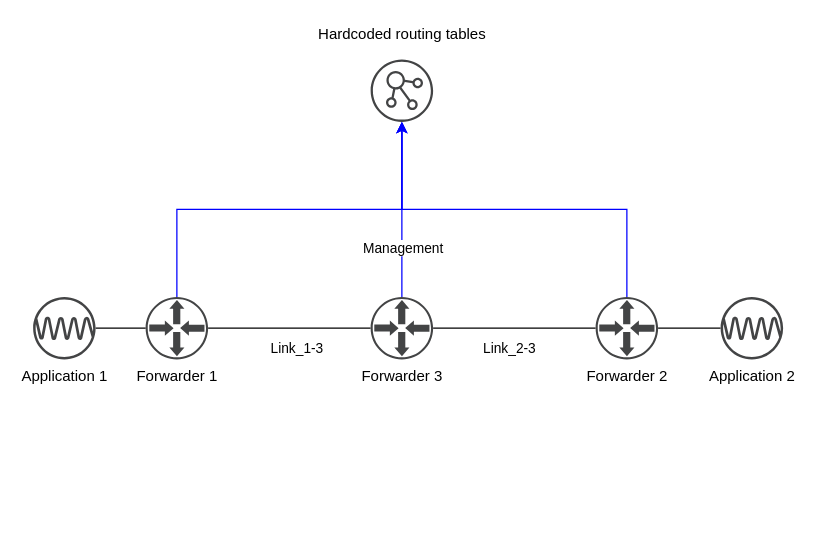
Above: Topology.drawio in cianmawhinney/CSU33031-Assignment-2 (draw.io), before the change. Source tidied: cells renumbered, new cells numbered last; positions are measured from the earlier drawing's top-left corner, leaving out a move shared by most shapes. Both pictures are drawn from the tidied source at 125%, with x=0, y=0 at pixel (32, 21).
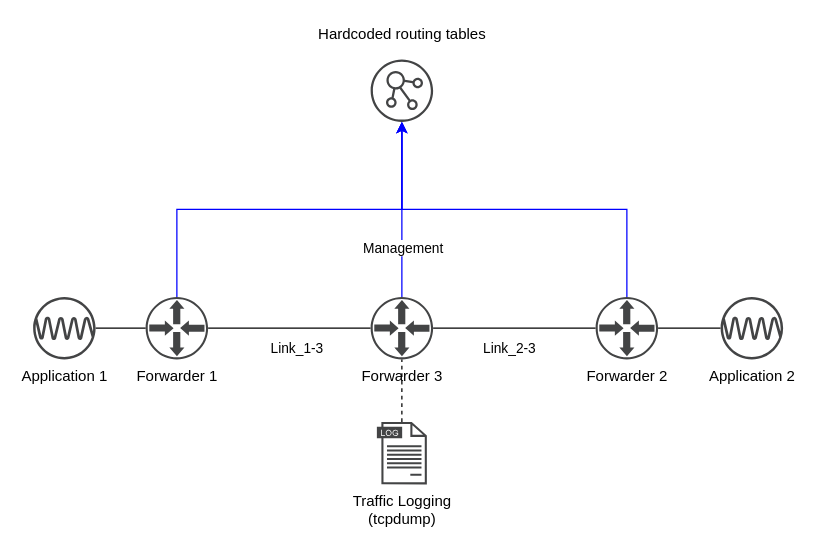
The same page after the edit.

Commit message:
Add tcpdump container to topology diagram

The change refers to these unchanged cells:
```xml
<mxCell id="17" value="Forwarder 3" style="shadow=0;dashed=0;html=1;strokeColor=none;fillColor=#434445;labelPosition=center;verticalLabelPosition=bottom;verticalAlign=top;align=center;outlineConnect=0;shape=mxgraph.vvd.physical_upstream_router;" parent="1" vertex="1">
  <mxGeometry x="270" y="220" width="50" height="50" as="geometry" />
</mxCell>
```

Change to the diagram source:
```diff
@@
+    <mxCell id="19" style="edgeStyle=orthogonalEdgeStyle;rounded=0;jettySize=auto;html=1;endArrow=none;endFill=0;dashed=1;" parent="1" edge="1" source="20" target="17">
+      <mxGeometry relative="1" as="geometry" />
+    </mxCell>
+    <mxCell id="20" value="Traffic Logging&lt;br&gt;(tcpdump)" style="shadow=0;dashed=0;html=1;strokeColor=none;fillColor=#434445;labelPosition=center;verticalLabelPosition=bottom;verticalAlign=top;align=center;outlineConnect=0;shape=mxgraph.vvd.log_files;" parent="1" vertex="1">
+      <mxGeometry x="275" y="320" width="40" height="50" as="geometry" />
+    </mxCell>
```
